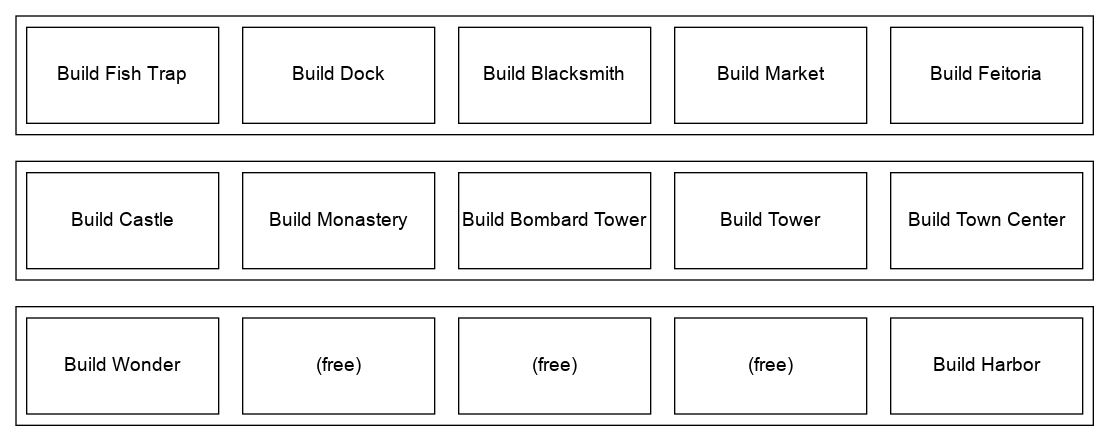
Before: layer3.png, a diagram exported from Graphviz (TheAgeOfCoding/age-hotkey-science). Its source is kept beside it as layer3.dot.
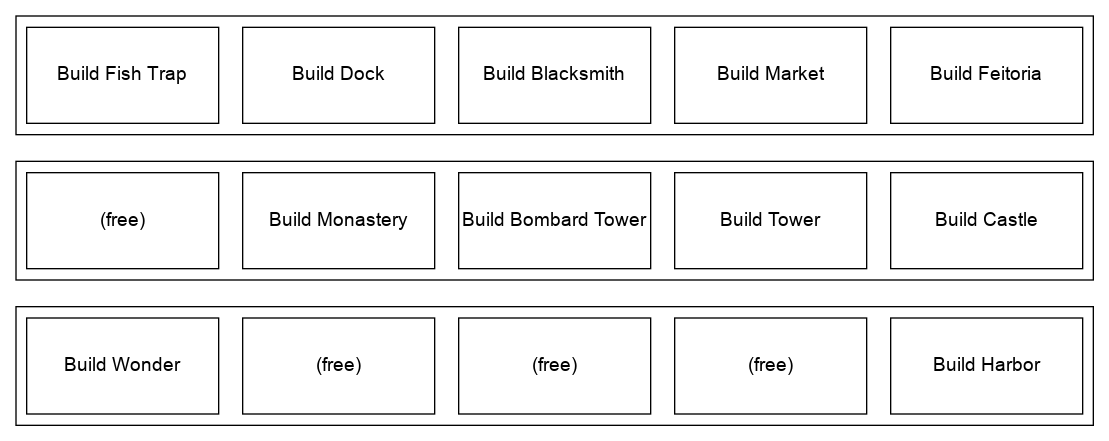
The same file after the commit.

Commit message:
Slight changes layer 3

What changed in the source:
```diff
@@ -8,11 +8,11 @@
       a [label="Build Fish Trap"];
     }
     subgraph cluster_1 {
-      j [label="Build Town Center"];
+      j [label="Build Castle"];
       i [label="Build Tower"];
       h [label="Build Bombard Tower"];
       g [label="Build Monastery"];
-      f [label="Build Castle"];
+      f [label="(free)"];
     }
 
     subgraph cluster_2 {
```
